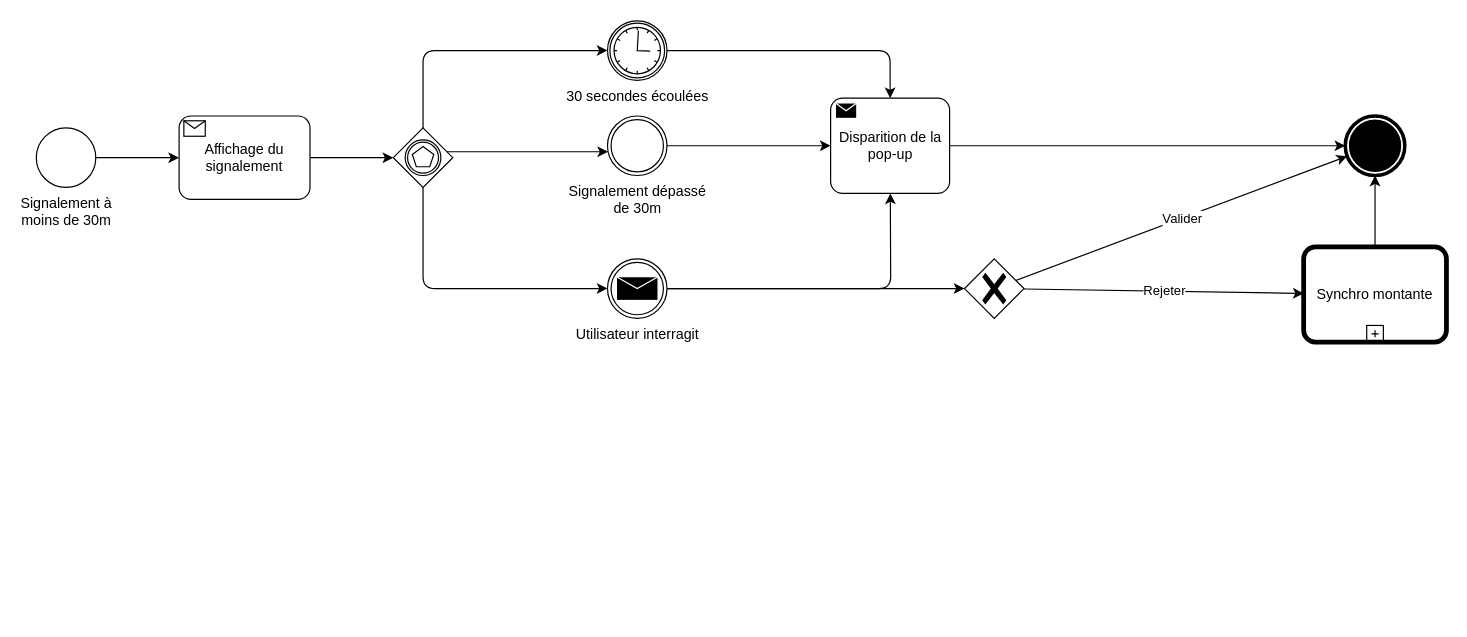
This is Documentation/BPMN/BPMN-suppression_avertissement.drawio from projetDansLaMontagne/Valpineta, a draw.io file, before an edit. Source tidied: cells renumbered, new cells numbered last; positions are measured from the earlier drawing's top-left corner, leaving out a move shared by most shapes. Both pictures are drawn from the tidied source at 119%, with x=0, y=0 at pixel (36, 20).
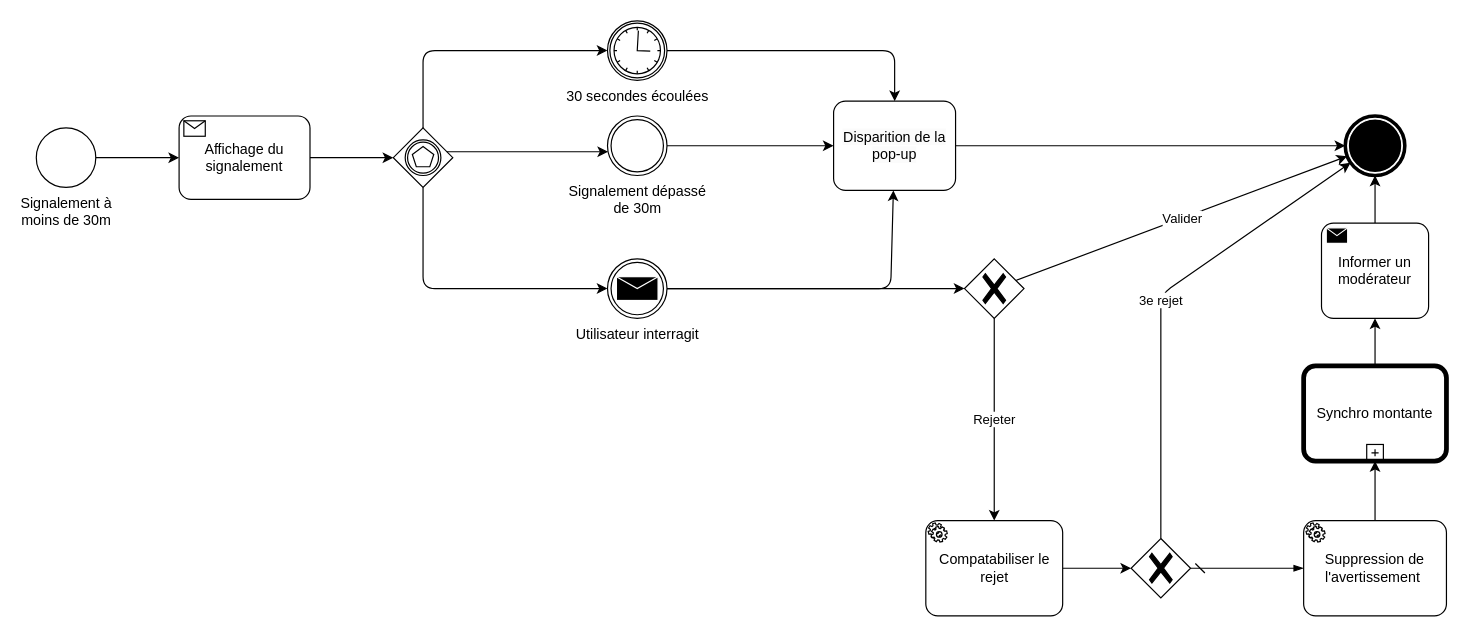
After the change.

Commit message:
Detaillage des actions faites lors du rejet

Unchanged cells that the change refers to:
```xml
<mxCell id="13" style="points=[[0.145,0.145,0],[0.5,0,0],[0.855,0.145,0],[1,0.5,0],[0.855,0.855,0],[0.5,1,0],[0.145,0.855,0],[0,0.5,0]];shape=mxgraph.bpmn.event;html=1;verticalLabelPosition=bottom;labelBackgroundColor=#ffffff;verticalAlign=top;align=center;perimeter=ellipsePerimeter;outlineConnect=0;outline=end;symbol=terminate;" parent="1" vertex="1">
  <mxGeometry x="1100" y="80" width="50" height="50" as="geometry" />
</mxCell>
<mxCell id="20" style="points=[[0.25,0.25,0],[0.5,0,0],[0.75,0.25,0],[1,0.5,0],[0.75,0.75,0],[0.5,1,0],[0.25,0.75,0],[0,0.5,0]];shape=mxgraph.bpmn.gateway2;html=1;verticalLabelPosition=bottom;labelBackgroundColor=#ffffff;verticalAlign=top;align=center;perimeter=rhombusPerimeter;outlineConnect=0;outline=none;symbol=none;gwType=exclusive;" parent="1" vertex="1">
  <mxGeometry x="780" y="200" width="50" height="50" as="geometry" />
</mxCell>
```

Diff of the diagram source:
```diff
@@
-    <mxCell id="15" value="Disparition de la &lt;br&gt;pop-up" style="points=[[0.25,0,0],[0.5,0,0],[0.75,0,0],[1,0.25,0],[1,0.5,0],[1,0.75,0],[0.75,1,0],[0.5,1,0],[0.25,1,0],[0,0.75,0],[0,0.5,0],[0,0.25,0]];shape=mxgraph.bpmn.task;whiteSpace=wrap;rectStyle=rounded;size=10;html=1;taskMarker=send;" parent="1" vertex="1">
-      <mxGeometry x="667.5" y="65" width="100" height="80" as="geometry" />
-    </mxCell>
@@
-    <mxCell id="22" value="Rejeter" style="edgeStyle=none;html=1;" parent="1" edge="1" source="20" target="24">
+    <mxCell id="22" value="Rejeter" style="edgeStyle=none;html=1;" parent="1" edge="1" source="20" target="33">
       <mxGeometry relative="1" as="geometry" />
     </mxCell>
-    <mxCell id="23" style="edgeStyle=none;html=1;" parent="1" edge="1" source="24" target="13">
-      <mxGeometry relative="1" as="geometry" />
-    </mxCell>
+    <mxCell id="25" style="edgeStyle=none;html=1;" parent="1" edge="1" source="24" target="31">
+      <mxGeometry relative="1" as="geometry" />
+    </mxCell>
     <mxCell id="24" value="Synchro montante" style="points=[[0.25,0,0],[0.5,0,0],[0.75,0,0],[1,0.25,0],[1,0.5,0],[1,0.75,0],[0.75,1,0],[0.5,1,0],[0.25,1,0],[0,0.75,0],[0,0.5,0],[0,0.25,0]];shape=mxgraph.bpmn.task;whiteSpace=wrap;rectStyle=rounded;size=10;html=1;bpmnShapeType=call;isLoopSub=1;" parent="1" vertex="1">
-      <mxGeometry x="1065" y="190" width="120" height="80" as="geometry" />
+      <mxGeometry x="1065" y="290" width="120" height="80" as="geometry" />
     </mxCell>
+    <mxCell id="15" value="&lt;span style=&quot;color: rgb(0, 0, 0); font-family: Helvetica; font-size: 12px; font-style: normal; font-variant-ligatures: normal; font-variant-caps: normal; font-weight: 400; letter-spacing: normal; orphans: 2; text-align: center; text-indent: 0px; text-transform: none; widows: 2; word-spacing: 0px; -webkit-text-stroke-width: 0px; background-color: rgb(251, 251, 251); text-decoration-thickness: initial; text-decoration-style: initial; text-decoration-color: initial; float: none; display: inline !important;&quot;&gt;Disparition de la&lt;/span&gt;&lt;br style=&quot;border-color: var(--border-color); color: rgb(0, 0, 0); font-family: Helvetica; font-size: 12px; font-style: normal; font-variant-ligatures: normal; font-variant-caps: normal; font-weight: 400; letter-spacing: normal; orphans: 2; text-align: center; text-indent: 0px; text-transform: none; widows: 2; word-spacing: 0px; -webkit-text-stroke-width: 0px; background-color: rgb(251, 251, 251); text-decoration-thickness: initial; text-decoration-style: initial; text-decoration-color: initial;&quot;&gt;&lt;span style=&quot;color: rgb(0, 0, 0); font-family: Helvetica; font-size: 12px; font-style: normal; font-variant-ligatures: normal; font-variant-caps: normal; font-weight: 400; letter-spacing: normal; orphans: 2; text-align: center; text-indent: 0px; text-transform: none; widows: 2; word-spacing: 0px; -webkit-text-stroke-width: 0px; background-color: rgb(251, 251, 251); text-decoration-thickness: initial; text-decoration-style: initial; text-decoration-color: initial; float: none; display: inline !important;&quot;&gt;pop-up&lt;/span&gt;" style="points=[[0.25,0,0],[0.5,0,0],[0.75,0,0],[1,0.25,0],[1,0.5,0],[1,0.75,0],[0.75,1,0],[0.5,1,0],[0.25,1,0],[0,0.75,0],[0,0.5,0],[0,0.25,0]];shape=mxgraph.bpmn.task;whiteSpace=wrap;rectStyle=rounded;size=10;html=1;taskMarker=abstract;" parent="1" vertex="1">
+      <mxGeometry x="670" y="67.5" width="102.5" height="75" as="geometry" />
+    </mxCell>
+    <mxCell id="26" value="3e rejet" style="edgeStyle=none;html=1;" parent="1" edge="1" source="27" target="13">
+      <mxGeometry relative="1" as="geometry">
+        <Array as="points">
+          <mxPoint x="945" y="230" />
+        </Array>
+      </mxGeometry>
+    </mxCell>
+    <mxCell id="27" style="points=[[0.25,0.25,0],[0.5,0,0],[0.75,0.25,0],[1,0.5,0],[0.75,0.75,0],[0.5,1,0],[0.25,0.75,0],[0,0.5,0]];shape=mxgraph.bpmn.gateway2;html=1;verticalLabelPosition=bottom;labelBackgroundColor=#ffffff;verticalAlign=top;align=center;perimeter=rhombusPerimeter;outlineConnect=0;outline=none;symbol=none;gwType=exclusive;" parent="1" vertex="1">
+      <mxGeometry x="920" y="435" width="50" height="50" as="geometry" />
+    </mxCell>
+    <mxCell id="28" style="edgeStyle=none;html=1;" parent="1" edge="1" source="29" target="24">
+      <mxGeometry relative="1" as="geometry" />
+    </mxCell>
+    <mxCell id="29" value="Suppression de l'avertissement&amp;nbsp;" style="points=[[0.25,0,0],[0.5,0,0],[0.75,0,0],[1,0.25,0],[1,0.5,0],[1,0.75,0],[0.75,1,0],[0.5,1,0],[0.25,1,0],[0,0.75,0],[0,0.5,0],[0,0.25,0]];shape=mxgraph.bpmn.task;whiteSpace=wrap;rectStyle=rounded;size=10;html=1;taskMarker=service;" parent="1" vertex="1">
+      <mxGeometry x="1065" y="420" width="120" height="80" as="geometry" />
+    </mxCell>
+    <mxCell id="30" style="edgeStyle=none;html=1;" parent="1" edge="1" source="31" target="13">
+      <mxGeometry relative="1" as="geometry" />
+    </mxCell>
+    <mxCell id="31" value="Informer un modérateur" style="points=[[0.25,0,0],[0.5,0,0],[0.75,0,0],[1,0.25,0],[1,0.5,0],[1,0.75,0],[0.75,1,0],[0.5,1,0],[0.25,1,0],[0,0.75,0],[0,0.5,0],[0,0.25,0]];shape=mxgraph.bpmn.task;whiteSpace=wrap;rectStyle=rounded;size=10;html=1;taskMarker=send;" parent="1" vertex="1">
+      <mxGeometry x="1080" y="170" width="90" height="80" as="geometry" />
+    </mxCell>
+    <mxCell id="32" style="edgeStyle=none;html=1;" parent="1" edge="1" source="33" target="27">
+      <mxGeometry relative="1" as="geometry" />
+    </mxCell>
+    <mxCell id="33" value="Compatabiliser le rejet" style="points=[[0.25,0,0],[0.5,0,0],[0.75,0,0],[1,0.25,0],[1,0.5,0],[1,0.75,0],[0.75,1,0],[0.5,1,0],[0.25,1,0],[0,0.75,0],[0,0.5,0],[0,0.25,0]];shape=mxgraph.bpmn.task;whiteSpace=wrap;rectStyle=rounded;size=10;html=1;taskMarker=service;" parent="1" vertex="1">
+      <mxGeometry x="747.5" y="420" width="115" height="80" as="geometry" />
+    </mxCell>
+    <mxCell id="34" style="fontSize=12;html=1;endArrow=blockThin;endFill=1;startArrow=dash;startFill=0;endSize=6;startSize=6;" parent="1" edge="1" source="27" target="29">
+      <mxGeometry relative="1" as="geometry" />
+    </mxCell>
```
